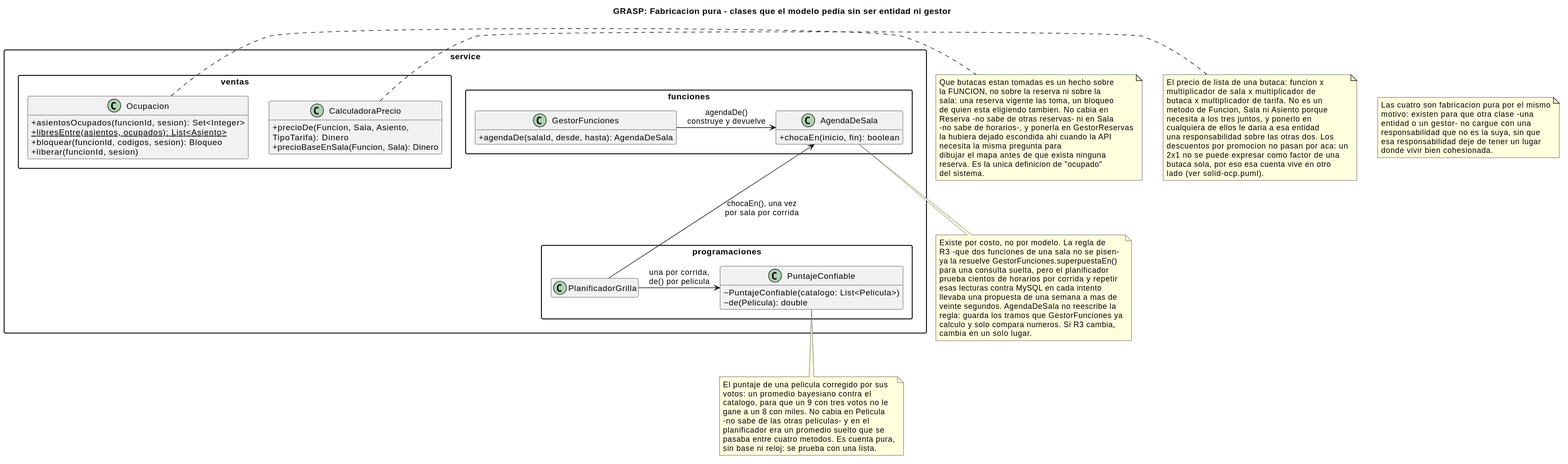
This is _other/docs/diagramas/grasp-pure-fabrication.svg from andreiveisuade/cine-uade, a PlantUML export, as it was before one commit.
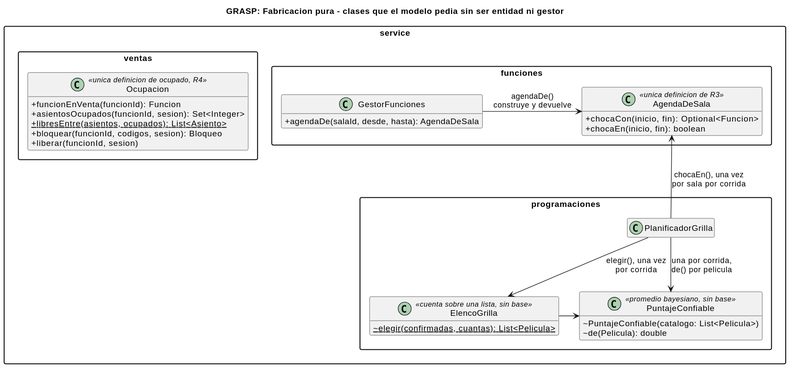
Later version of the same file.

The edit, as a diff of the source:
```diff
@@ -7,15 +7,12 @@
 
 
 package "service.ventas" {
-  class Ocupacion {
+  class Ocupacion <<unica definicion de ocupado, R4>> {
+    +funcionEnVenta(funcionId): Funcion
     +asientosOcupados(funcionId, sesion): Set<Integer>
     {static} +libresEntre(asientos, ocupados): List<Asiento>
     +bloquear(funcionId, codigos, sesion): Bloqueo
     +liberar(funcionId, sesion)
-  }
-  class CalculadoraPrecio {
-    +precioDe(Funcion, Sala, Asiento,\nTipoTarifa): Dinero
-    +precioBaseEnSala(Funcion, Sala): Dinero
   }
 }
 
@@ -23,14 +20,18 @@
   class GestorFunciones {
     +agendaDe(salaId, desde, hasta): AgendaDeSala
   }
-  class AgendaDeSala {
+  class AgendaDeSala <<unica definicion de R3>> {
+    +chocaCon(inicio, fin): Optional<Funcion>
     +chocaEn(inicio, fin): boolean
   }
 }
 
 package "service.programaciones" {
   class PlanificadorGrilla
-  class PuntajeConfiable {
+  class ElencoGrilla <<cuenta sobre una lista, sin base>> {
+    {static} ~elegir(confirmadas, cuantas): List<Pelicula>
+  }
+  class PuntajeConfiable <<promedio bayesiano, sin base>> {
     ~PuntajeConfiable(catalogo: List<Pelicula>)
     ~de(Pelicula): double
   }
@@ -38,67 +39,7 @@
 
 GestorFunciones -right-> AgendaDeSala : agendaDe()\nconstruye y devuelve
 PlanificadorGrilla -up-> AgendaDeSala : chocaEn(), una vez\npor sala por corrida
+PlanificadorGrilla -down-> ElencoGrilla : elegir(), una vez\npor corrida
 PlanificadorGrilla -right-> PuntajeConfiable : una por corrida,\nde() por pelicula
-
-note right of Ocupacion
-  Que butacas estan tomadas es un hecho sobre
-  la FUNCION, no sobre la reserva ni sobre la
-  sala: una reserva vigente las toma, un bloqueo
-  de quien esta eligiendo tambien. No cabia en
-  Reserva -no sabe de otras reservas- ni en Sala
-  -no sabe de horarios-, y ponerla en GestorReservas
-  la hubiera dejado escondida ahi cuando la API
-  necesita la misma pregunta para
-  dibujar el mapa antes de que exista ninguna
-  reserva. Es la unica definicion de "ocupado"
-  del sistema.
-end note
-
-note right of CalculadoraPrecio
-  El precio de lista de una butaca: funcion x
-  multiplicador de sala x multiplicador de
-  butaca x multiplicador de tarifa. No es un
-  metodo de Funcion, Sala ni Asiento porque
-  necesita a los tres juntos, y ponerlo en
-  cualquiera de ellos le daria a esa entidad
-  una responsabilidad sobre las otras dos. Los
-  descuentos por promocion no pasan por aca: un
-  2x1 no se puede expresar como factor de una
-  butaca sola, por eso esa cuenta vive en otro
-  lado (ver solid-ocp.puml).
-end note
-
-note bottom of AgendaDeSala
-  Existe por costo, no por modelo. La regla de
-  R3 -que dos funciones de una sala no se pisen-
-  ya la resuelve GestorFunciones.superpuestaEn()
-  para una consulta suelta, pero el planificador
-  prueba cientos de horarios por corrida y repetir
-  esas lecturas contra MySQL en cada intento
-  llevaba una propuesta de una semana a mas de
-  veinte segundos. AgendaDeSala no reescribe la
-  regla: guarda los tramos que GestorFunciones ya
-  calculo y solo compara numeros. Si R3 cambia,
-  cambia en un solo lugar.
-end note
-
-note bottom of PuntajeConfiable
-  El puntaje de una pelicula corregido por sus
-  votos: un promedio bayesiano contra el
-  catalogo, para que un 9 con tres votos no le
-  gane a un 8 con miles. No cabia en Pelicula
-  -no sabe de las otras peliculas- y en el
-  planificador era un promedio suelto que se
-  pasaba entre cuatro metodos. Es cuenta pura,
-  sin base ni reloj: se prueba con una lista.
-end note
-
-note as N1
-  Las cuatro son fabricacion pura por el mismo
-  motivo: existen para que otra clase -una
-  entidad o un gestor- no cargue con una
-  responsabilidad que no es la suya, sin que
-  esa responsabilidad deje de tener un lugar
-  donde vivir bien cohesionada.
-end note
+ElencoGrilla -right-> PuntajeConfiable
 @enduml
```
